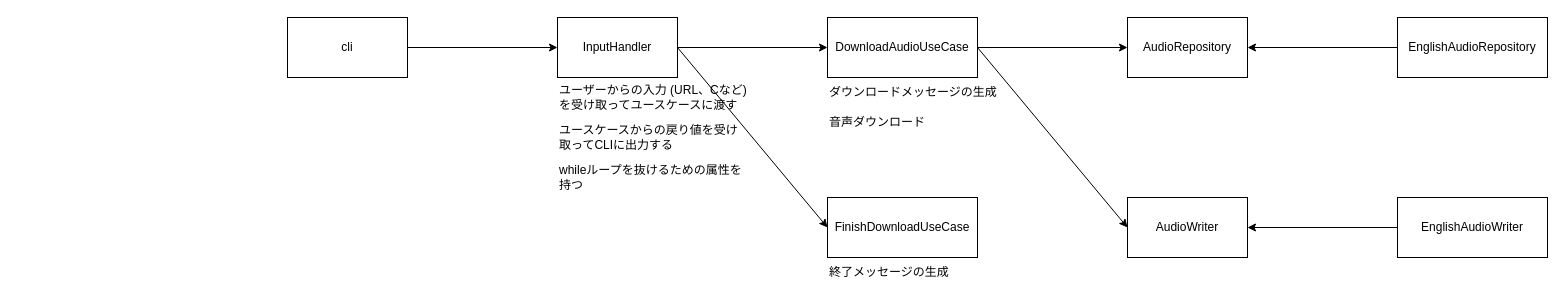
noooda/mypyaudio keeps this draw.io diagram as docs/pyaudio.drawio. Above is the earlier version. Source tidied: cells renumbered, new cells numbered last; positions are measured from the earlier drawing's top-left corner, leaving out a move shared by most shapes. Both pictures are drawn from the tidied source at 100%, with x=0, y=0 at pixel (287, 17).
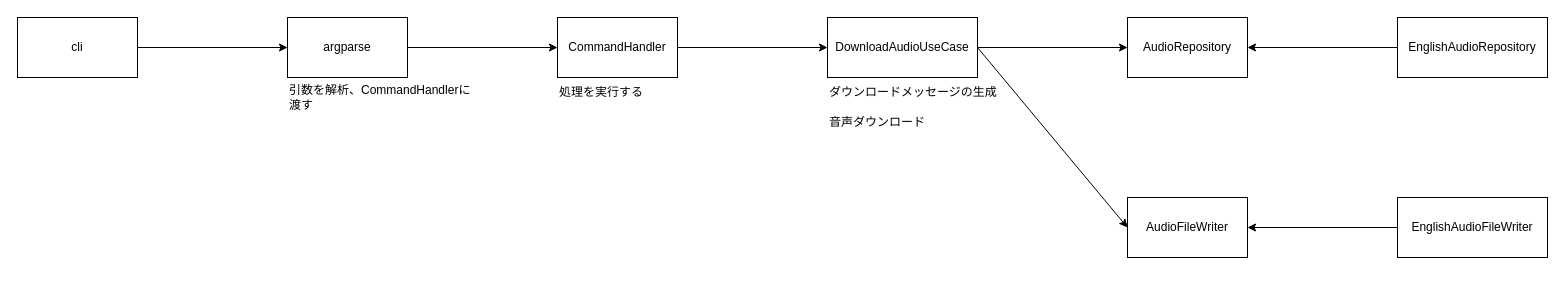
After the change.

Commit message (it also covers changes not shown here):
feat: Implement use case that downloads audio data

What changed in the source:
```diff
@@
     <mxCell id="2" value="cli" style="rounded=0;whiteSpace=wrap;html=1;" parent="1" vertex="1">
-      <mxGeometry width="120" height="60" as="geometry" />
+      <mxGeometry x="-270" width="120" height="60" as="geometry" />
     </mxCell>
-    <mxCell id="3" value="InputHandler" style="rounded=0;whiteSpace=wrap;html=1;" parent="1" vertex="1">
+    <mxCell id="3" value="CommandHandler" style="rounded=0;whiteSpace=wrap;html=1;" parent="1" vertex="1">
       <mxGeometry x="270" width="120" height="60" as="geometry" />
     </mxCell>
-    <mxCell id="4" style="endArrow=classic;html=1;rounded=0;exitX=1;exitY=0.5;exitDx=0;exitDy=0;entryX=0;entryY=0.5;entryDx=0;entryDy=0;" parent="1" edge="1" source="2" target="3">
+    <mxCell id="4" style="endArrow=classic;html=1;rounded=0;exitX=1;exitY=0.5;exitDx=0;exitDy=0;" parent="1" edge="1" source="2" target="23">
       <mxGeometry relative="1" as="geometry" />
     </mxCell>
-    <mxCell id="5" value="ユーザーからの入力 (URL、Cなど) を受け取ってユースケースに渡す" style="text;html=1;align=left;verticalAlign=middle;whiteSpace=wrap;rounded=0;" parent="1" vertex="1">
-      <mxGeometry x="270" y="60" width="190" height="40" as="geometry" />
+    <mxCell id="5" value="引数を解析、CommandHandlerに渡す" style="text;html=1;align=left;verticalAlign=middle;whiteSpace=wrap;rounded=0;" parent="1" vertex="1">
+      <mxGeometry y="60" width="190" height="40" as="geometry" />
     </mxCell>
@@
-    <mxCell id="8" style="endArrow=classic;html=1;rounded=0;exitX=1;exitY=0.5;exitDx=0;exitDy=0;entryX=0;entryY=0.5;entryDx=0;entryDy=0;" parent="1" edge="1" source="3" target="9">
-      <mxGeometry relative="1" as="geometry" />
-    </mxCell>
-    <mxCell id="9" value="FinishDownloadUseCase" style="rounded=0;whiteSpace=wrap;html=1;" parent="1" vertex="1">
-      <mxGeometry x="540" y="180" width="150" height="60" as="geometry" />
-    </mxCell>
@@
-    <mxCell id="14" value="ユースケースからの戻り値を受け取ってCLIに出力する" style="text;html=1;align=left;verticalAlign=middle;whiteSpace=wrap;rounded=0;" parent="1" vertex="1">
-      <mxGeometry x="270" y="100" width="190" height="40" as="geometry" />
-    </mxCell>
@@
-    <mxCell id="16" value="AudioWriter" style="rounded=0;whiteSpace=wrap;html=1;" parent="1" vertex="1">
+    <mxCell id="16" value="AudioFileWriter" style="rounded=0;whiteSpace=wrap;html=1;" parent="1" vertex="1">
       <mxGeometry x="840" y="180" width="120" height="60" as="geometry" />
     </mxCell>
@@
-    <mxCell id="18" value="EnglishAudioWriter" style="rounded=0;whiteSpace=wrap;html=1;" parent="1" vertex="1">
+    <mxCell id="18" value="EnglishAudioFileWriter" style="rounded=0;whiteSpace=wrap;html=1;" parent="1" vertex="1">
       <mxGeometry x="1110" y="180" width="150" height="60" as="geometry" />
     </mxCell>
-    <mxCell id="19" value="whileループを抜けるための属性を持つ" style="text;html=1;align=left;verticalAlign=middle;whiteSpace=wrap;rounded=0;" parent="1" vertex="1">
-      <mxGeometry x="270" y="140" width="190" height="40" as="geometry" />
-    </mxCell>
-    <mxCell id="20" value="終了メッセージの生成" style="text;html=1;align=left;verticalAlign=middle;whiteSpace=wrap;rounded=0;" parent="1" vertex="1">
-      <mxGeometry x="540" y="240" width="150" height="30" as="geometry" />
-    </mxCell>
@@
+    <mxCell id="23" value="argparse" style="rounded=0;whiteSpace=wrap;html=1;" parent="1" vertex="1">
+      <mxGeometry width="120" height="60" as="geometry" />
+    </mxCell>
+    <mxCell id="24" style="endArrow=classic;html=1;rounded=0;exitX=1;exitY=0.5;exitDx=0;exitDy=0;" parent="1" edge="1" source="23" target="3">
+      <mxGeometry relative="1" as="geometry" />
+    </mxCell>
+    <mxCell id="25" value="処理を実行する" style="text;html=1;align=left;verticalAlign=middle;whiteSpace=wrap;rounded=0;" parent="1" vertex="1">
+      <mxGeometry x="270" y="60" width="190" height="30" as="geometry" />
+    </mxCell>
```
